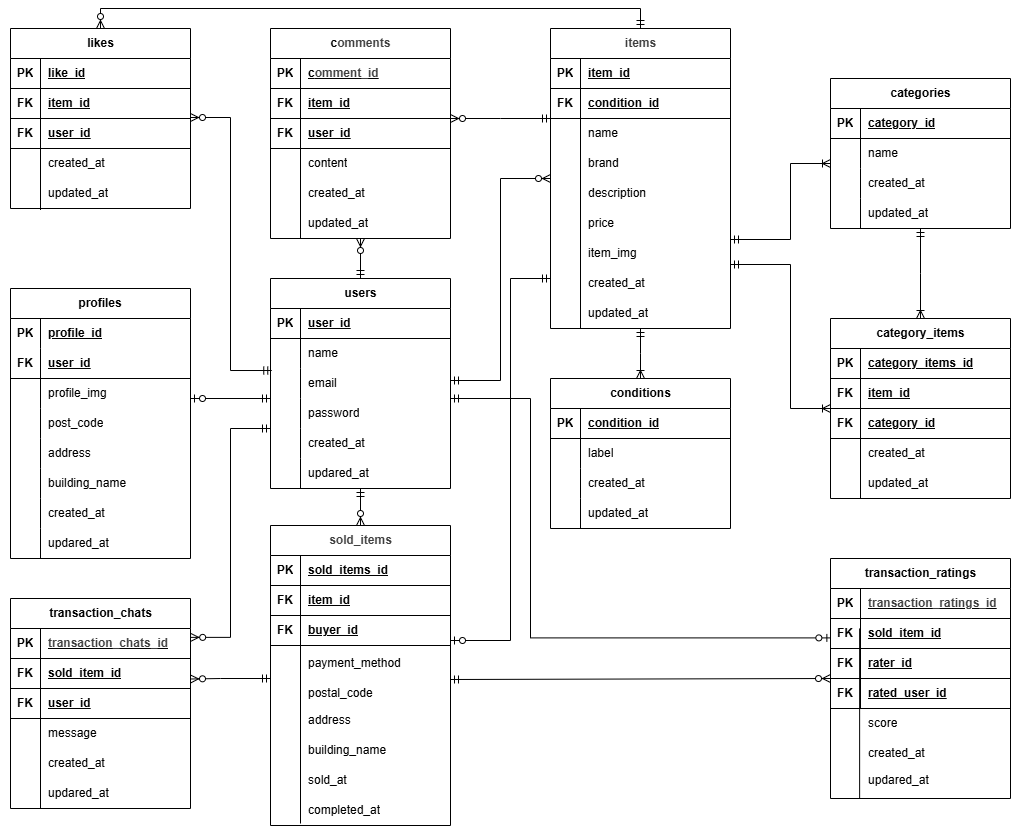
The draw.io diagram laravel-app/docs/er.png in maiko2323/fleamarket-app, before a commit. Source tidied: cells renumbered, new cells last; positions are measured from the earlier drawing's top-left corner, leaving out a move shared by most shapes.
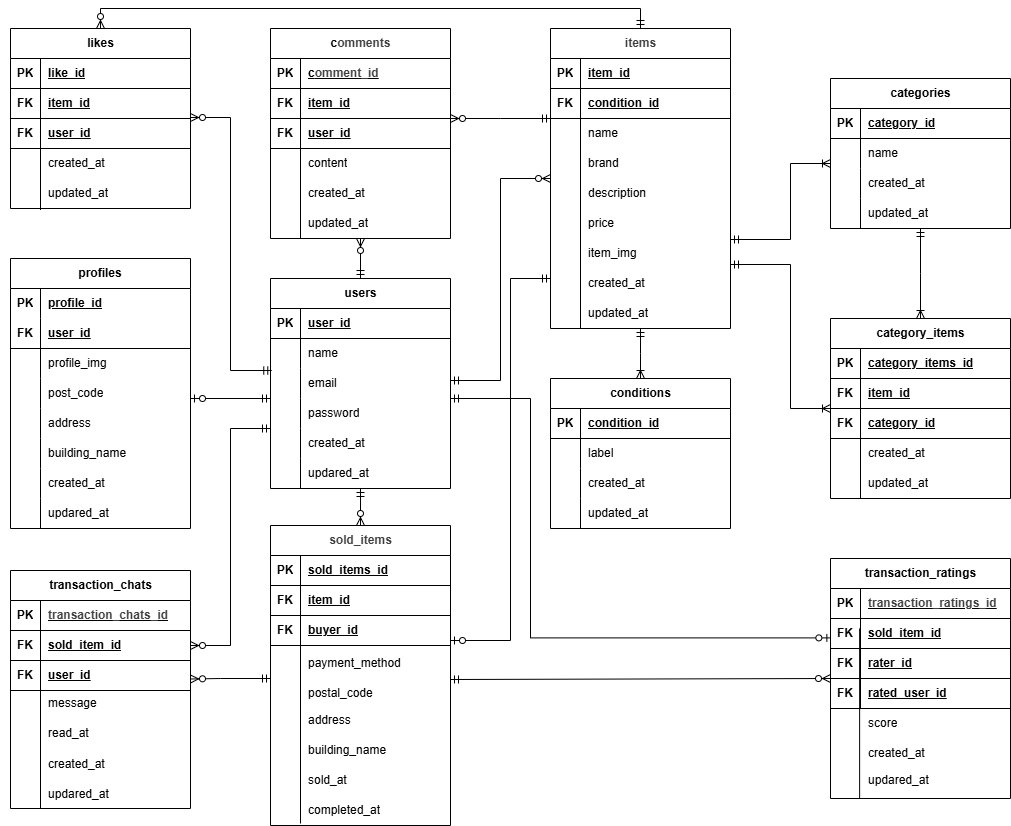
Above is the later version.

Change to the diagram source:
```diff
@@ -45,7 +45,7 @@
       <mxGeometry width="30" height="30" as="geometry" />
     </mxCell>
     <mxCell id="16" value="profiles" style="shape=table;startSize=30;rowLines=0;fontStyle=1;align=center;html=1;whiteSpace=wrap;rounded=0;" parent="1" vertex="1">
-      <mxGeometry x="10" y="280" width="180" height="270" as="geometry" />
+      <mxGeometry x="10" y="250" width="180" height="270" as="geometry" />
     </mxCell>
     <mxCell id="17" style="shape=tableRow;horizontal=0;startSize=0;swimlaneHead=0;swimlaneBody=0;fillColor=none;top=0;left=0;right=0;bottom=0;html=1;rounded=0;" parent="16" vertex="1">
       <mxGeometry y="30" width="180" height="30" as="geometry" />
@@ -493,7 +493,7 @@
       <mxGeometry x="300" y="787" width="150" height="30" as="geometry" />
     </mxCell>
     <mxCell id="153" value="transaction_chats" style="shape=table;startSize=30;rowLines=0;fontStyle=1;align=center;html=1;rounded=0;" parent="1" vertex="1">
-      <mxGeometry x="10" y="590" width="180" height="210" as="geometry" />
+      <mxGeometry x="10" y="562" width="180" height="238" as="geometry" />
     </mxCell>
     <mxCell id="154" style="shape=tableRow;horizontal=0;startSize=0;swimlaneHead=0;swimlaneBody=0;fillColor=none;points=[[0,0.5],[1,0.5]];portConstraint=eastwest;top=0;left=0;right=0;bottom=1;rounded=0;" parent="153" vertex="1">
       <mxGeometry y="30" width="180" height="30" as="geometry" />
@@ -532,13 +532,13 @@
       </mxGeometry>
     </mxCell>
     <mxCell id="164" value="message" style="shape=partialRectangle;fillColor=none;top=0;left=0;bottom=0;right=0;align=left;spacingLeft=6;overflow=hidden;html=1;whiteSpace=wrap;rounded=0;" parent="1" vertex="1">
-      <mxGeometry x="40" y="710" width="150" height="30" as="geometry" />
+      <mxGeometry x="40" y="680" width="150" height="30" as="geometry" />
     </mxCell>
-    <mxCell id="165" value="&lt;span style=&quot;color: rgb(0, 0, 0);&quot;&gt;created_at&lt;/span&gt;" style="shape=partialRectangle;fillColor=none;top=0;left=0;bottom=0;right=0;align=left;spacingLeft=6;overflow=hidden;html=1;whiteSpace=wrap;rounded=0;" parent="1" vertex="1">
-      <mxGeometry x="40" y="740" width="150" height="30" as="geometry" />
+    <mxCell id="165" value="&lt;span style=&quot;color: rgb(0, 0, 0);&quot;&gt;read_at&lt;/span&gt;" style="shape=partialRectangle;fillColor=none;top=0;left=0;bottom=0;right=0;align=left;spacingLeft=6;overflow=hidden;html=1;whiteSpace=wrap;rounded=0;" parent="1" vertex="1">
+      <mxGeometry x="40" y="710" width="150" height="30" as="geometry" />
     </mxCell>
-    <mxCell id="166" value="&lt;span style=&quot;font-family: Arial;&quot;&gt;&lt;font style=&quot;font-size: 12px; color: rgb(0, 0, 0);&quot;&gt;updared_at&lt;/font&gt;&lt;/span&gt;" style="shape=partialRectangle;fillColor=none;top=0;left=0;bottom=0;right=0;align=left;spacingLeft=6;overflow=hidden;html=1;whiteSpace=wrap;rounded=0;" parent="1" vertex="1">
-      <mxGeometry x="40" y="770" width="150" height="30" as="geometry" />
+    <mxCell id="166" value="&lt;span style=&quot;color: rgb(0, 0, 0);&quot;&gt;created_at&lt;/span&gt;" style="shape=partialRectangle;fillColor=none;top=0;left=0;bottom=0;right=0;align=left;spacingLeft=6;overflow=hidden;html=1;whiteSpace=wrap;rounded=0;" parent="1" vertex="1">
+      <mxGeometry x="40" y="742" width="150" height="28" as="geometry" />
     </mxCell>
     <mxCell id="167" value="transaction_ratings" style="shape=table;startSize=30;rowLines=0;fontStyle=1;align=center;html=1;rounded=0;" parent="1" vertex="1">
       <mxGeometry x="830" y="550" width="180" height="240" as="geometry" />
@@ -651,12 +651,8 @@
         </Array>
       </mxGeometry>
     </mxCell>
-    <mxCell id="192" style="edgeStyle=elbowEdgeStyle;fontSize=12;html=1;endArrow=ERzeroToMany;startArrow=ERmandOne;rounded=0;exitX=0;exitY=0;exitDx=0;exitDy=0;exitPerimeter=0;entryX=1.001;entryY=0.296;entryDx=0;entryDy=0;entryPerimeter=0;" parent="1" edge="1" source="131" target="154">
-      <mxGeometry relative="1" as="geometry">
-        <Array as="points">
-          <mxPoint x="230" y="640" />
-        </Array>
-      </mxGeometry>
+    <mxCell id="192" style="edgeStyle=elbowEdgeStyle;fontSize=12;html=1;endArrow=ERzeroToMany;startArrow=ERmandOne;rounded=0;exitX=0;exitY=0;exitDx=0;exitDy=0;exitPerimeter=0;entryX=1;entryY=0.5;entryDx=0;entryDy=0;" parent="1" edge="1" source="131" target="157">
+      <mxGeometry relative="1" as="geometry" />
     </mxCell>
     <mxCell id="193" style="fontSize=12;html=1;endArrow=ERzeroToOne;startArrow=ERmandOne;entryX=0.002;entryY=0.08;entryDx=0;entryDy=0;entryPerimeter=0;edgeStyle=elbowEdgeStyle;rounded=0;curved=0;" parent="1" edge="1">
       <mxGeometry relative="1" as="geometry">
@@ -674,5 +670,8 @@
         <mxPoint x="830" y="670" as="targetPoint" />
       </mxGeometry>
     </mxCell>
+    <mxCell id="195" value="&lt;span style=&quot;font-family: Arial;&quot;&gt;&lt;font style=&quot;font-size: 12px; color: rgb(0, 0, 0);&quot;&gt;updared_at&lt;/font&gt;&lt;/span&gt;" style="shape=partialRectangle;fillColor=none;top=0;left=0;bottom=0;right=0;align=left;spacingLeft=6;overflow=hidden;html=1;whiteSpace=wrap;rounded=0;" parent="1" vertex="1">
+      <mxGeometry x="40" y="772" width="150" height="28" as="geometry" />
+    </mxCell>
   </root>
 </mxGraphModel>
```
